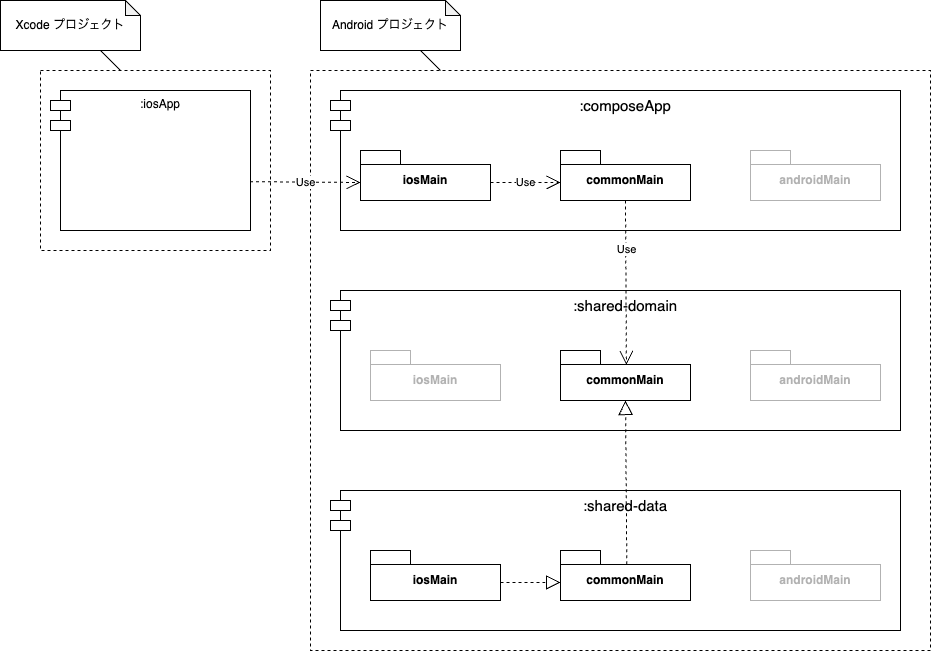
Earlier version of the draw.io export docs/CMP_In_Native_Architecture.png (seabat/hybrid-cmp-pdf-viewer). Source tidied: cells renumbered, new cells last; positions are measured from the earlier drawing's top-left corner, leaving out a move shared by most shapes. Its diagram source:
```xml
<mxGraphModel>
  <root>
    <mxCell id="0" />
    <mxCell id="1" parent="0" />
    <mxCell id="2" style="rounded=0;whiteSpace=wrap;html=1;dashed=1;" parent="1" vertex="1">
      <mxGeometry x="310" y="70" width="620" height="580" as="geometry" />
    </mxCell>
    <mxCell id="3" style="rounded=0;whiteSpace=wrap;html=1;dashed=1;" parent="1" vertex="1">
      <mxGeometry x="40" y="70" width="230" height="180" as="geometry" />
    </mxCell>
    <mxCell id="4" value="&lt;font style=&quot;font-size: 15px;&quot;&gt;:composeApp&lt;/font&gt;" style="shape=module;align=left;spacingLeft=20;align=center;verticalAlign=top;whiteSpace=wrap;html=1;" parent="1" vertex="1">
      <mxGeometry x="330" y="90" width="570" height="140" as="geometry" />
    </mxCell>
    <mxCell id="5" value="&lt;font style=&quot;font-size: 15px;&quot;&gt;:shared-domain&lt;/font&gt;" style="shape=module;align=left;spacingLeft=20;align=center;verticalAlign=top;whiteSpace=wrap;html=1;" parent="1" vertex="1">
      <mxGeometry x="330" y="290" width="570" height="140" as="geometry" />
    </mxCell>
    <mxCell id="6" value="&lt;font style=&quot;font-size: 15px;&quot;&gt;:shared-data&lt;/font&gt;" style="shape=module;align=left;spacingLeft=20;align=center;verticalAlign=top;whiteSpace=wrap;html=1;" parent="1" vertex="1">
      <mxGeometry x="330" y="490" width="570" height="140" as="geometry" />
    </mxCell>
    <mxCell id="7" value=":iosApp" style="shape=module;align=left;spacingLeft=20;align=center;verticalAlign=top;whiteSpace=wrap;html=1;" parent="1" vertex="1">
      <mxGeometry x="50" y="90" width="200" height="140" as="geometry" />
    </mxCell>
    <mxCell id="8" value="Use" style="endArrow=open;endSize=12;dashed=1;html=1;rounded=0;entryX=0;entryY=0;entryDx=0;entryDy=32;entryPerimeter=0;exitX=0.998;exitY=0.651;exitDx=0;exitDy=0;exitPerimeter=0;" parent="1" edge="1" source="7" target="10">
      <mxGeometry relative="1" as="geometry" />
    </mxCell>
    <mxCell id="9" value="commonMain" style="shape=folder;fontStyle=1;spacingTop=10;tabWidth=40;tabHeight=14;tabPosition=left;html=1;whiteSpace=wrap;" parent="1" vertex="1">
      <mxGeometry x="560" y="150" width="130" height="50" as="geometry" />
    </mxCell>
    <mxCell id="10" value="iosMain" style="shape=folder;fontStyle=1;spacingTop=10;tabWidth=40;tabHeight=14;tabPosition=left;html=1;whiteSpace=wrap;" parent="1" vertex="1">
      <mxGeometry x="360" y="150" width="130" height="50" as="geometry" />
    </mxCell>
    <mxCell id="11" value="androidMain" style="shape=folder;fontStyle=1;spacingTop=10;tabWidth=40;tabHeight=14;tabPosition=left;html=1;whiteSpace=wrap;opacity=30;textOpacity=30;" parent="1" vertex="1">
      <mxGeometry x="750" y="150" width="130" height="50" as="geometry" />
    </mxCell>
    <mxCell id="12" value="Use" style="endArrow=open;endSize=12;dashed=1;html=1;rounded=0;entryX=0;entryY=0;entryDx=0;entryDy=32;entryPerimeter=0;exitX=0;exitY=0;exitDx=130;exitDy=32;exitPerimeter=0;" parent="1" edge="1" source="10" target="9">
      <mxGeometry relative="1" as="geometry" />
    </mxCell>
    <mxCell id="13" value="commonMain" style="shape=folder;fontStyle=1;spacingTop=10;tabWidth=40;tabHeight=14;tabPosition=left;html=1;whiteSpace=wrap;" parent="1" vertex="1">
      <mxGeometry x="560" y="350" width="130" height="50" as="geometry" />
    </mxCell>
    <mxCell id="14" value="iosMain" style="shape=folder;fontStyle=1;spacingTop=10;tabWidth=40;tabHeight=14;tabPosition=left;html=1;whiteSpace=wrap;textOpacity=30;opacity=30;" parent="1" vertex="1">
      <mxGeometry x="370" y="350" width="130" height="50" as="geometry" />
    </mxCell>
    <mxCell id="15" value="androidMain" style="shape=folder;fontStyle=1;spacingTop=10;tabWidth=40;tabHeight=14;tabPosition=left;html=1;whiteSpace=wrap;opacity=30;textOpacity=30;" parent="1" vertex="1">
      <mxGeometry x="750" y="350" width="130" height="50" as="geometry" />
    </mxCell>
    <mxCell id="16" value="Use" style="endArrow=open;endSize=12;dashed=1;html=1;rounded=0;entryX=0.507;entryY=0.29;entryDx=0;entryDy=0;entryPerimeter=0;exitX=0.5;exitY=1;exitDx=0;exitDy=0;exitPerimeter=0;" parent="1" edge="1" source="9" target="13">
      <mxGeometry x="-0.39" y="1" relative="1" as="geometry">
        <mxPoint y="-1" as="offset" />
      </mxGeometry>
    </mxCell>
    <mxCell id="17" value="commonMain" style="shape=folder;fontStyle=1;spacingTop=10;tabWidth=40;tabHeight=14;tabPosition=left;html=1;whiteSpace=wrap;" parent="1" vertex="1">
      <mxGeometry x="560" y="550" width="130" height="50" as="geometry" />
    </mxCell>
    <mxCell id="18" value="iosMain" style="shape=folder;fontStyle=1;spacingTop=10;tabWidth=40;tabHeight=14;tabPosition=left;html=1;whiteSpace=wrap;" parent="1" vertex="1">
      <mxGeometry x="370" y="550" width="130" height="50" as="geometry" />
    </mxCell>
    <mxCell id="19" value="androidMain" style="shape=folder;fontStyle=1;spacingTop=10;tabWidth=40;tabHeight=14;tabPosition=left;html=1;whiteSpace=wrap;opacity=30;textOpacity=30;" parent="1" vertex="1">
      <mxGeometry x="750" y="550" width="130" height="50" as="geometry" />
    </mxCell>
    <mxCell id="20" style="endArrow=block;dashed=1;endFill=0;endSize=12;html=1;rounded=0;entryX=0.5;entryY=1;entryDx=0;entryDy=0;entryPerimeter=0;exitX=0.51;exitY=0.276;exitDx=0;exitDy=0;exitPerimeter=0;" parent="1" edge="1" source="17" target="13">
      <mxGeometry relative="1" as="geometry" />
    </mxCell>
    <mxCell id="21" style="endArrow=block;dashed=1;endFill=0;endSize=12;html=1;rounded=0;entryX=0;entryY=0;entryDx=0;entryDy=32;entryPerimeter=0;exitX=0;exitY=0;exitDx=130;exitDy=32;exitPerimeter=0;" parent="1" edge="1" source="18" target="17">
      <mxGeometry relative="1" as="geometry" />
    </mxCell>
    <mxCell id="22" value="Xcode プロジェクト" style="shape=note;whiteSpace=wrap;html=1;backgroundOutline=1;darkOpacity=0.05;size=15;" parent="1" vertex="1">
      <mxGeometry width="140" height="50" as="geometry" />
    </mxCell>
    <mxCell id="23" style="endArrow=none;html=1;rounded=0;exitX=0.348;exitY=0;exitDx=0;exitDy=0;exitPerimeter=0;" parent="1" edge="1" source="3">
      <mxGeometry relative="1" as="geometry">
        <mxPoint x="100" y="50" as="targetPoint" />
      </mxGeometry>
    </mxCell>
    <mxCell id="24" value="Android プロジェクト" style="shape=note;whiteSpace=wrap;html=1;backgroundOutline=1;darkOpacity=0.05;size=15;" parent="1" vertex="1">
      <mxGeometry x="320" width="140" height="50" as="geometry" />
    </mxCell>
    <mxCell id="25" style="endArrow=none;html=1;rounded=0;exitX=0.348;exitY=0;exitDx=0;exitDy=0;exitPerimeter=0;" parent="1" edge="1">
      <mxGeometry relative="1" as="geometry">
        <mxPoint x="440" y="70" as="sourcePoint" />
        <mxPoint x="420" y="50" as="targetPoint" />
      </mxGeometry>
    </mxCell>
  </root>
</mxGraphModel>
```
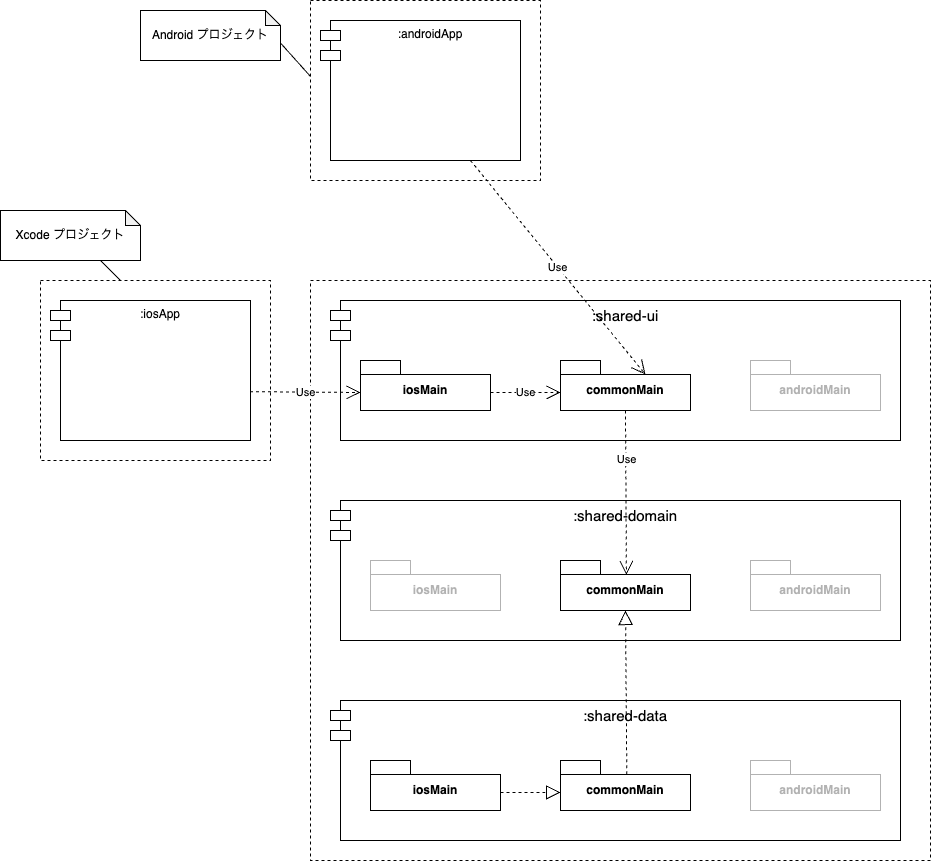
After the commit.

Commit message:
composeApp を shared-ui・androidApp に分割したアーキテクチャを README に反映させる

What changed in the source:
```diff
@@ -8,7 +8,7 @@
     <mxCell id="3" style="rounded=0;whiteSpace=wrap;html=1;dashed=1;" parent="1" vertex="1">
       <mxGeometry x="40" y="70" width="230" height="180" as="geometry" />
     </mxCell>
-    <mxCell id="4" value="&lt;font style=&quot;font-size: 15px;&quot;&gt;:composeApp&lt;/font&gt;" style="shape=module;align=left;spacingLeft=20;align=center;verticalAlign=top;whiteSpace=wrap;html=1;" parent="1" vertex="1">
+    <mxCell id="4" value="&lt;font style=&quot;font-size: 15px;&quot;&gt;:shared-ui&lt;/font&gt;" style="shape=module;align=left;spacingLeft=20;align=center;verticalAlign=top;whiteSpace=wrap;html=1;" parent="1" vertex="1">
       <mxGeometry x="330" y="90" width="570" height="140" as="geometry" />
     </mxCell>
     <mxCell id="5" value="&lt;font style=&quot;font-size: 15px;&quot;&gt;:shared-domain&lt;/font&gt;" style="shape=module;align=left;spacingLeft=20;align=center;verticalAlign=top;whiteSpace=wrap;html=1;" parent="1" vertex="1">
@@ -73,13 +73,19 @@
       </mxGeometry>
     </mxCell>
     <mxCell id="24" value="Android プロジェクト" style="shape=note;whiteSpace=wrap;html=1;backgroundOutline=1;darkOpacity=0.05;size=15;" parent="1" vertex="1">
-      <mxGeometry x="320" width="140" height="50" as="geometry" />
+      <mxGeometry x="140" y="-200" width="140" height="50" as="geometry" />
     </mxCell>
-    <mxCell id="25" style="endArrow=none;html=1;rounded=0;exitX=0.348;exitY=0;exitDx=0;exitDy=0;exitPerimeter=0;" parent="1" edge="1">
-      <mxGeometry relative="1" as="geometry">
-        <mxPoint x="440" y="70" as="sourcePoint" />
-        <mxPoint x="420" y="50" as="targetPoint" />
-      </mxGeometry>
+    <mxCell id="25" style="endArrow=none;html=1;rounded=0;exitX=0;exitY=0.422;exitDx=0;exitDy=0;exitPerimeter=0;entryX=0;entryY=0;entryDx=140;entryDy=32.5;entryPerimeter=0;" parent="1" edge="1" source="26" target="24">
+      <mxGeometry relative="1" as="geometry" />
     </mxCell>
+    <mxCell id="26" style="rounded=0;whiteSpace=wrap;html=1;dashed=1;" parent="1" vertex="1">
+      <mxGeometry x="310" y="-210" width="230" height="180" as="geometry" />
+    </mxCell>
+    <mxCell id="27" value=":androidApp" style="shape=module;align=left;spacingLeft=20;align=center;verticalAlign=top;whiteSpace=wrap;html=1;" parent="1" vertex="1">
+      <mxGeometry x="320" y="-190" width="200" height="140" as="geometry" />
+    </mxCell>
+    <mxCell id="28" value="Use" style="endArrow=open;endSize=12;dashed=1;html=1;rounded=0;entryX=0;entryY=0;entryDx=85;entryDy=14;entryPerimeter=0;exitX=0.75;exitY=1;exitDx=0;exitDy=0;" parent="1" edge="1" source="27" target="9">
+      <mxGeometry relative="1" as="geometry" />
+    </mxCell>
   </root>
 </mxGraphModel>
```
